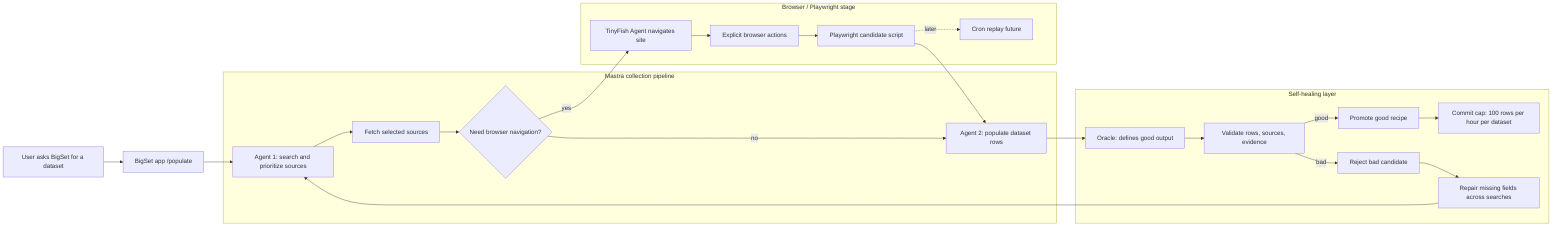
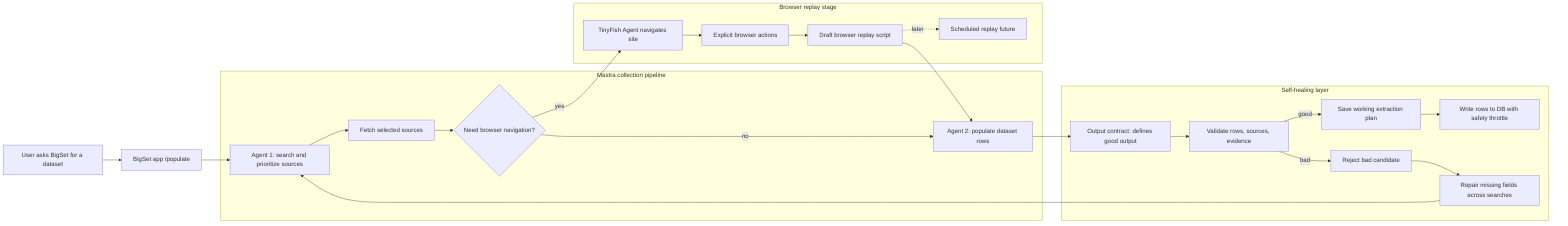
flowchart LR
  request["User asks BigSet for a dataset"]
  populate["BigSet app /populate"]

  subgraph mastra["Mastra collection pipeline"]
    search_agent["Agent 1: search and prioritize sources"]
    fetch_sources["Fetch selected sources"]
    browser_decision{"Need browser navigation?"}
    populate_agent["Agent 2: populate dataset rows"]
  end

-   subgraph browser["Browser / Playwright stage"]
+   subgraph browser["Browser replay stage"]
    tinyfish_agent["TinyFish Agent navigates site"]
    browser_actions["Explicit browser actions"]
-     playwright_script["Playwright candidate script"]
-     cron_future["Cron replay future"]
+     playwright_script["Draft browser replay script"]
+     cron_future["Scheduled replay future"]
  end

  subgraph healing["Self-healing layer"]
-     oracle["Oracle: defines good output"]
+     oracle["Output contract: defines good output"]
    validate["Validate rows, sources, evidence"]
-     promote["Promote good recipe"]
+     promote["Save working extraction plan"]
    reject["Reject bad candidate"]
-     commit_cap["Commit cap: 100 rows per hour per dataset"]
+     commit_cap["Write rows to DB with safety throttle"]
    repair["Repair missing fields across searches"]
  end

  request --> populate
  populate --> search_agent
  search_agent --> fetch_sources
  fetch_sources --> browser_decision
  browser_decision -->|"no"| populate_agent
  browser_decision -->|"yes"| tinyfish_agent
  tinyfish_agent --> browser_actions
  browser_actions --> playwright_script
  playwright_script --> populate_agent
  playwright_script -. "later" .-> cron_future

  populate_agent --> oracle
  oracle --> validate
  validate -->|"good"| promote
  promote --> commit_cap
  validate -->|"bad"| reject
  reject --> repair
  repair --> search_agent
